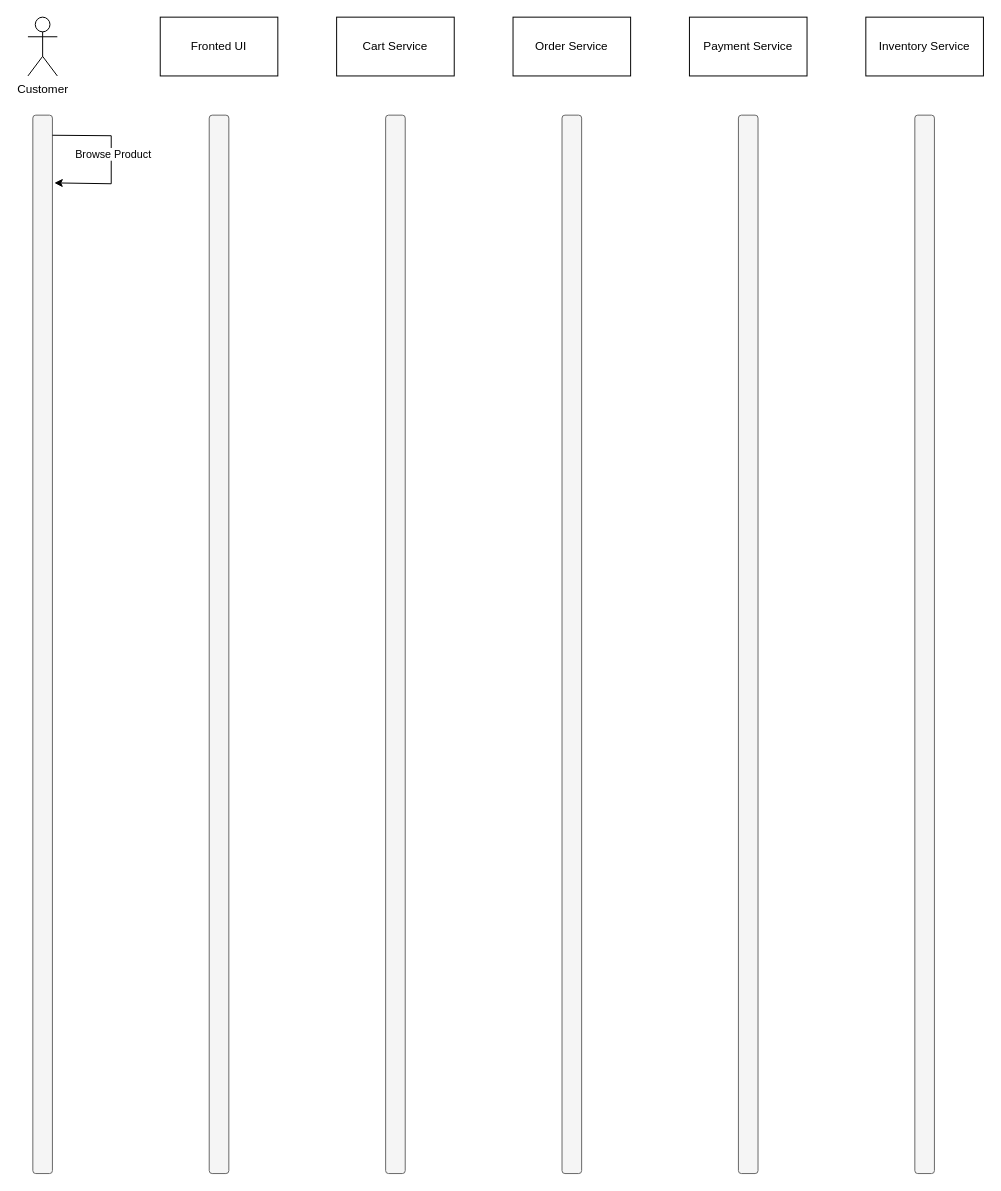
This is Sequence_Diagram.drawio from mushroomAAA/draw.io, a draw.io file, before an edit. Source tidied: cells renumbered, new cells numbered last; positions are measured from the earlier drawing's top-left corner, leaving out a move shared by most shapes. Both pictures are drawn from the tidied source at 98%, with x=0, y=0 at pixel (27, 17).
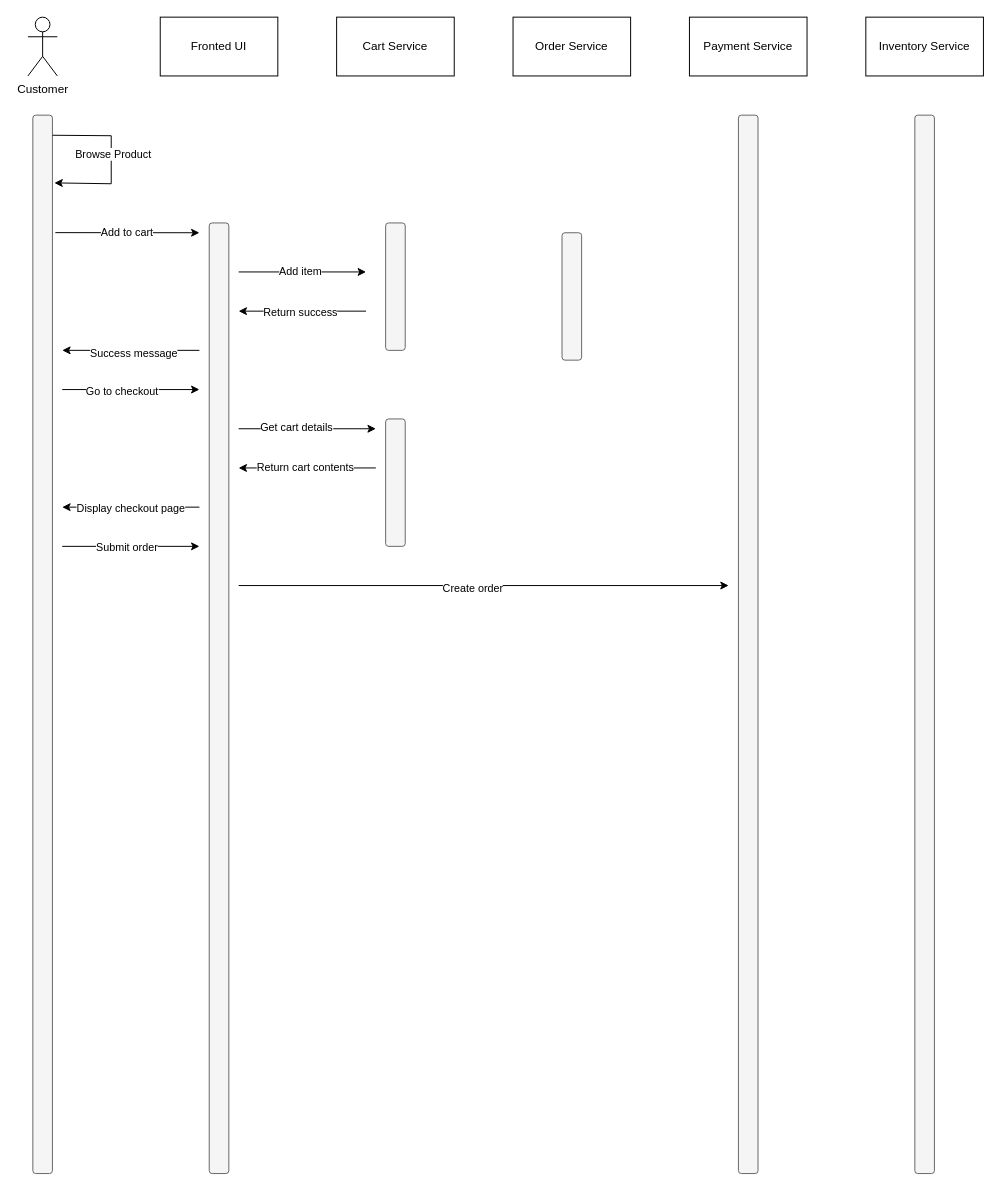
Above is the later version.

The change refers to these unchanged cells:
```xml
<mxCell id="8" style="rounded=1;whiteSpace=wrap;html=1;fillColor=#f5f5f5;fontColor=#333333;strokeColor=#666666;" parent="1" vertex="1">
  <mxGeometry x="5" y="100" width="20" height="1080" as="geometry" />
</mxCell>
```

Diff of the diagram source:
```diff
@@
     <mxCell id="9" style="rounded=1;whiteSpace=wrap;html=1;fillColor=#f5f5f5;fontColor=#333333;strokeColor=#666666;" parent="1" vertex="1">
-      <mxGeometry x="185" y="100" width="20" height="1080" as="geometry" />
+      <mxGeometry x="185" y="210" width="20" height="970" as="geometry" />
     </mxCell>
     <mxCell id="10" style="rounded=1;whiteSpace=wrap;html=1;fillColor=#f5f5f5;fontColor=#333333;strokeColor=#666666;" parent="1" vertex="1">
-      <mxGeometry x="365" y="100" width="20" height="1080" as="geometry" />
+      <mxGeometry x="365" y="210" width="20" height="130" as="geometry" />
     </mxCell>
     <mxCell id="11" style="rounded=1;whiteSpace=wrap;html=1;fillColor=#f5f5f5;fontColor=#333333;strokeColor=#666666;" parent="1" vertex="1">
-      <mxGeometry x="545" y="100" width="20" height="1080" as="geometry" />
+      <mxGeometry x="545" y="220" width="20" height="130" as="geometry" />
     </mxCell>
@@
+    <mxCell id="16" style="endArrow=classic;html=1;rounded=0;exitX=1.15;exitY=0.111;exitDx=0;exitDy=0;exitPerimeter=0;" parent="1" edge="1" source="8">
+      <mxGeometry relative="1" as="geometry">
+        <mxPoint x="175" y="220" as="targetPoint" />
+      </mxGeometry>
+    </mxCell>
+    <mxCell id="17" value="Add to cart" style="edgeLabel;html=1;align=center;verticalAlign=middle;" parent="16" vertex="1">
+      <mxGeometry x="-0.01" relative="1" as="geometry" />
+    </mxCell>
+    <mxCell id="18" style="endArrow=classic;html=1;rounded=0;" parent="1" edge="1">
+      <mxGeometry relative="1" as="geometry">
+        <mxPoint x="215" y="260" as="sourcePoint" />
+        <mxPoint x="345" y="260" as="targetPoint" />
+      </mxGeometry>
+    </mxCell>
+    <mxCell id="19" value="Add item" style="edgeLabel;html=1;align=center;verticalAlign=middle;" parent="18" vertex="1">
+      <mxGeometry x="-0.05" y="1" relative="1" as="geometry" />
+    </mxCell>
+    <mxCell id="20" style="endArrow=classic;html=1;rounded=0;" parent="1" edge="1">
+      <mxGeometry relative="1" as="geometry">
+        <mxPoint x="345" y="300" as="sourcePoint" />
+        <mxPoint x="215" y="300" as="targetPoint" />
+      </mxGeometry>
+    </mxCell>
+    <mxCell id="21" value="Return success" style="edgeLabel;html=1;align=center;verticalAlign=middle;" parent="20" vertex="1">
+      <mxGeometry x="0.06" relative="1" as="geometry">
+        <mxPoint x="1" as="offset" />
+      </mxGeometry>
+    </mxCell>
+    <mxCell id="22" style="endArrow=classic;html=1;rounded=0;" parent="1" edge="1">
+      <mxGeometry relative="1" as="geometry">
+        <mxPoint x="175" y="340" as="sourcePoint" />
+        <mxPoint x="35" y="340" as="targetPoint" />
+      </mxGeometry>
+    </mxCell>
+    <mxCell id="23" value="Success message" style="edgeLabel;html=1;align=center;verticalAlign=middle;" parent="22" vertex="1">
+      <mxGeometry x="-0.01" y="2" relative="1" as="geometry">
+        <mxPoint x="1" as="offset" />
+      </mxGeometry>
+    </mxCell>
+    <mxCell id="24" style="endArrow=classic;html=1;rounded=0;" parent="1" edge="1">
+      <mxGeometry relative="1" as="geometry">
+        <mxPoint x="35" y="380" as="sourcePoint" />
+        <mxPoint x="175" y="380" as="targetPoint" />
+      </mxGeometry>
+    </mxCell>
+    <mxCell id="25" value="Go to checkout" style="edgeLabel;html=1;align=center;verticalAlign=middle;" parent="24" vertex="1">
+      <mxGeometry x="-0.15" y="-1" relative="1" as="geometry" />
+    </mxCell>
+    <mxCell id="26" style="rounded=1;whiteSpace=wrap;html=1;fillColor=#f5f5f5;fontColor=#333333;strokeColor=#666666;" parent="1" vertex="1">
+      <mxGeometry x="365" y="410" width="20" height="130" as="geometry" />
+    </mxCell>
+    <mxCell id="27" style="endArrow=classic;html=1;rounded=0;" parent="1" edge="1">
+      <mxGeometry relative="1" as="geometry">
+        <mxPoint x="215" y="420" as="sourcePoint" />
+        <mxPoint x="355" y="420" as="targetPoint" />
+      </mxGeometry>
+    </mxCell>
+    <mxCell id="28" value="Get cart details" style="edgeLabel;html=1;align=center;verticalAlign=middle;" parent="27" vertex="1">
+      <mxGeometry x="-0.18" y="2" relative="1" as="geometry">
+        <mxPoint x="1" as="offset" />
+      </mxGeometry>
+    </mxCell>
+    <mxCell id="29" style="endArrow=classic;html=1;rounded=0;" parent="1" edge="1">
+      <mxGeometry relative="1" as="geometry">
+        <mxPoint x="355" y="460" as="sourcePoint" />
+        <mxPoint x="215" y="460" as="targetPoint" />
+      </mxGeometry>
+    </mxCell>
+    <mxCell id="30" value="Return cart contents" style="edgeLabel;html=1;align=center;verticalAlign=middle;" parent="29" vertex="1">
+      <mxGeometry x="0.05" y="-1" relative="1" as="geometry">
+        <mxPoint x="1" as="offset" />
+      </mxGeometry>
+    </mxCell>
+    <mxCell id="31" style="endArrow=classic;html=1;rounded=0;" parent="1" edge="1">
+      <mxGeometry relative="1" as="geometry">
+        <mxPoint x="175" y="500" as="sourcePoint" />
+        <mxPoint x="35" y="500" as="targetPoint" />
+      </mxGeometry>
+    </mxCell>
+    <mxCell id="32" value="Display checkout page" style="edgeLabel;html=1;align=center;verticalAlign=middle;" parent="31" vertex="1">
+      <mxGeometry x="0.11" y="2" relative="1" as="geometry">
+        <mxPoint x="7" y="-2" as="offset" />
+      </mxGeometry>
+    </mxCell>
+    <mxCell id="33" style="endArrow=classic;html=1;rounded=0;" parent="1" edge="1">
+      <mxGeometry relative="1" as="geometry">
+        <mxPoint x="35" y="540" as="sourcePoint" />
+        <mxPoint x="175" y="540" as="targetPoint" />
+      </mxGeometry>
+    </mxCell>
+    <mxCell id="34" value="Submit order" style="edgeLabel;html=1;align=center;verticalAlign=middle;" parent="33" vertex="1">
+      <mxGeometry x="-0.08" relative="1" as="geometry">
+        <mxPoint x="1" as="offset" />
+      </mxGeometry>
+    </mxCell>
+    <mxCell id="35" style="endArrow=classic;html=1;rounded=0;" parent="1" edge="1">
+      <mxGeometry relative="1" as="geometry">
+        <mxPoint x="215" y="580" as="sourcePoint" />
+        <mxPoint x="715" y="580" as="targetPoint" />
+      </mxGeometry>
+    </mxCell>
+    <mxCell id="36" value="Create order" style="edgeLabel;html=1;align=center;verticalAlign=middle;" parent="35" vertex="1">
+      <mxGeometry x="-0.05" y="-2" relative="1" as="geometry" />
+    </mxCell>
```
